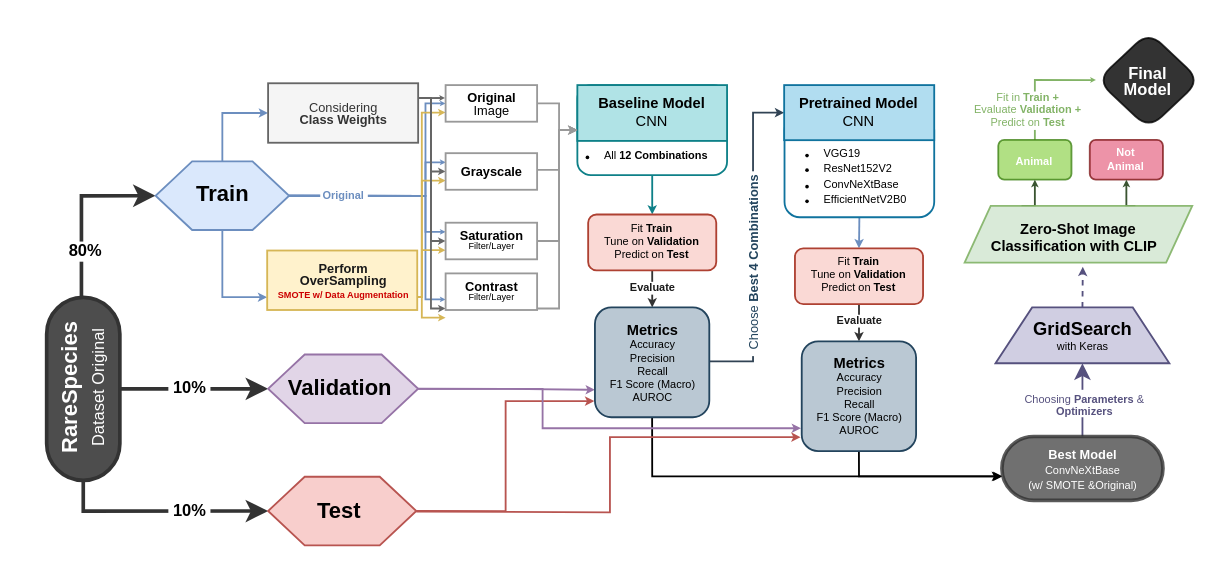
The draw.io diagram ReportSchemas/DL_ModelingFlowchart_final.drawio.xml in Silvestre17/DL_RareSpecies_ImageClassification_MasterProject, before the edit. Source tidied: cells renumbered, new cells numbered last; positions are measured from the earlier drawing's top-left corner, leaving out a move shared by most shapes. Both pictures are drawn from the tidied source at 183%, with x=0, y=0 at pixel (-9, 31).
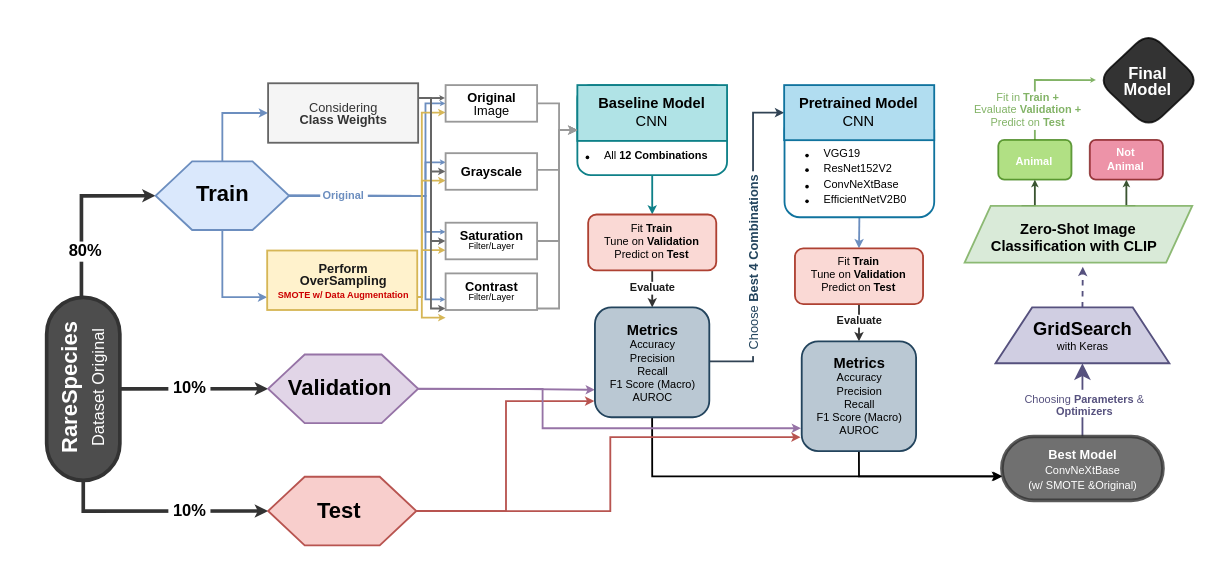
Above is the later version.

Commit message (it also covers changes not shown here):
Esquema Final relatório

Unchanged cells that the change refers to:
```xml
<mxCell id="13" value="&lt;font style=&quot;color: rgb(255, 255, 255);&quot;&gt;&lt;b style=&quot;&quot;&gt;RareSpecies&lt;/b&gt;&lt;br&gt;&lt;font style=&quot;font-size: 9px;&quot;&gt;Dataset Original&lt;/font&gt;&lt;/font&gt;" style="html=1;dashed=0;whitespace=wrap;shape=mxgraph.dfd.start;fillColor=#4D4D4D;strokeColor=#333333;fontColor=#FFFFFF;strokeWidth=2;rotation=-90;" parent="1" vertex="1">
  <mxGeometry y="175" width="100" height="40" as="geometry" />
</mxCell>
<mxCell id="20" value="&lt;p style=&quot;line-height: 70%;&quot;&gt;&lt;b style=&quot;line-height: 80%;&quot;&gt;Train&lt;/b&gt;&lt;br&gt;&lt;/p&gt;" style="shape=hexagon;perimeter=hexagonPerimeter2;whiteSpace=wrap;html=1;fixedSize=1;fillColor=#dae8fc;strokeColor=#6c8ebf;rounded=1;glass=0;strokeWidth=1;shadow=0;arcSize=0;fontFamily=Calibri;" parent="1" vertex="1">
  <mxGeometry x="89.5" y="70.7" width="73" height="37.5" as="geometry" />
</mxCell>
<mxCell id="22" value="&lt;p style=&quot;line-height: 70%;&quot;&gt;&lt;font style=&quot;line-height: 80%;&quot;&gt;&lt;b&gt;Validation&lt;/b&gt;&lt;/font&gt;&lt;font style=&quot;font-size: 10px; line-height: 80%;&quot;&gt;&lt;b&gt;&amp;nbsp;&lt;/b&gt;&lt;/font&gt;&lt;/p&gt;" style="shape=hexagon;perimeter=hexagonPerimeter2;whiteSpace=wrap;html=1;fixedSize=1;fillColor=#e1d5e7;strokeColor=#9673a6;rounded=1;glass=0;strokeWidth=1;shadow=0;arcSize=0;fontFamily=Calibri;" parent="1" vertex="1">
  <mxGeometry x="151" y="176.2" width="82" height="37.5" as="geometry" />
</mxCell>
<mxCell id="34" value="&lt;b&gt;&lt;font style=&quot;font-size: 8px;&quot;&gt;Metrics&lt;/font&gt;&lt;/b&gt;&lt;br&gt;Accuracy&lt;br&gt;Precision&lt;br&gt;Recall&lt;br&gt;F1 Score (Macro)&lt;br&gt;AUROC" style="whiteSpace=wrap;html=1;fontSize=6;fillColor=#bac8d3;strokeColor=#23445d;strokeWidth=1;rounded=1;" parent="1" vertex="1">
  <mxGeometry x="329.6" y="150.5" width="62.5" height="60" as="geometry" />
</mxCell>
<mxCell id="39" value="&lt;p style=&quot;line-height: 70%;&quot;&gt;&lt;font style=&quot;line-height: 80%;&quot;&gt;&lt;b&gt;Test&lt;/b&gt;&lt;/font&gt;&lt;font style=&quot;font-size: 10px; line-height: 80%;&quot;&gt;&lt;b&gt;&amp;nbsp;&lt;/b&gt;&lt;/font&gt;&lt;/p&gt;" style="shape=hexagon;perimeter=hexagonPerimeter2;whiteSpace=wrap;html=1;fixedSize=1;fillColor=#f8cecc;strokeColor=#b85450;rounded=1;glass=0;strokeWidth=1;shadow=0;arcSize=0;fontFamily=Calibri;" parent="1" vertex="1">
  <mxGeometry x="151" y="243" width="81" height="37.5" as="geometry" />
</mxCell>
<mxCell id="58" value="&lt;b&gt;&lt;font style=&quot;font-size: 8px;&quot;&gt;Metrics&lt;/font&gt;&lt;/b&gt;&lt;br&gt;Accuracy&lt;br&gt;Precision&lt;br&gt;Recall&lt;br&gt;F1 Score (Macro)&lt;br&gt;AUROC" style="whiteSpace=wrap;html=1;fontSize=6;fillColor=#bac8d3;strokeColor=#23445d;strokeWidth=1;rounded=1;" parent="1" vertex="1">
  <mxGeometry x="442.6" y="169" width="62.5" height="60" as="geometry" />
</mxCell>
```

The edit, as a diff of the source:
```diff
@@
-    <mxCell id="7" style="edgeStyle=orthogonalEdgeStyle;html=1;strokeColor=#333333;entryX=0;entryY=0.5;entryDx=0;entryDy=0;rounded=0;exitX=0.5;exitY=0.5;exitDx=0;exitDy=-20;exitPerimeter=0;dashed=0;strokeWidth=2;align=center;verticalAlign=middle;fontFamily=Helvetica;fontSize=12;fontColor=#FFFFFF;fillColor=#4D4D4D;" parent="1" edge="1" source="13" target="20">
+    <mxCell id="7" style="edgeStyle=orthogonalEdgeStyle;html=1;strokeColor=#333333;entryX=0;entryY=0.5;entryDx=0;entryDy=0;rounded=0;exitX=0.5;exitY=0.5;exitDx=0;exitDy=-20;exitPerimeter=0;dashed=0;strokeWidth=2;align=center;verticalAlign=middle;fontFamily=Helvetica;fontSize=12;fontColor=#FFFFFF;fillColor=#4D4D4D;endSize=1;startSize=2;" parent="1" edge="1" source="13" target="20">
       <mxGeometry relative="1" as="geometry">
         <Array as="points">
           <mxPoint x="49" y="195" />
           <mxPoint x="49" y="89" />
           <mxPoint x="90" y="89" />
         </Array>
       </mxGeometry>
     </mxCell>
@@
-    <mxCell id="9" style="edgeStyle=orthogonalEdgeStyle;rounded=0;html=1;exitX=0.5;exitY=0.5;exitDx=0;exitDy=20;exitPerimeter=0;entryX=0;entryY=0.5;entryDx=0;entryDy=0;strokeColor=#333333;dashed=0;strokeWidth=2;align=center;verticalAlign=middle;fontFamily=Helvetica;fontSize=12;fontColor=#FFFFFF;labelBackgroundColor=default;endArrow=classic;curved=0;fillColor=#4D4D4D;" parent="1" edge="1" source="13" target="22">
+    <mxCell id="9" style="edgeStyle=orthogonalEdgeStyle;rounded=0;html=1;exitX=0.5;exitY=0.5;exitDx=0;exitDy=20;exitPerimeter=0;entryX=0;entryY=0.5;entryDx=0;entryDy=0;strokeColor=#333333;dashed=0;strokeWidth=2;align=center;verticalAlign=middle;fontFamily=Helvetica;fontSize=12;fontColor=#FFFFFF;labelBackgroundColor=default;endArrow=classic;curved=0;fillColor=#4D4D4D;endSize=1;startSize=2;" parent="1" edge="1" source="13" target="22">
       <mxGeometry relative="1" as="geometry" />
     </mxCell>
@@
-    <mxCell id="11" style="edgeStyle=orthogonalEdgeStyle;html=1;exitX=0;exitY=0.5;exitDx=0;exitDy=0;exitPerimeter=0;entryX=0;entryY=0.5;entryDx=0;entryDy=0;rounded=0;curved=0;dashed=0;strokeColor=#333333;strokeWidth=2;align=center;verticalAlign=middle;fontFamily=Helvetica;fontSize=12;fontColor=#FFFFFF;fillColor=#4D4D4D;" parent="1" edge="1" source="13" target="39">
+    <mxCell id="11" style="edgeStyle=orthogonalEdgeStyle;html=1;exitX=0;exitY=0.5;exitDx=0;exitDy=0;exitPerimeter=0;entryX=0;entryY=0.5;entryDx=0;entryDy=0;rounded=0;curved=0;dashed=0;strokeColor=#333333;strokeWidth=2;align=center;verticalAlign=middle;fontFamily=Helvetica;fontSize=12;fontColor=#FFFFFF;fillColor=#4D4D4D;endSize=1;startSize=2;" parent="1" edge="1" source="13" target="39">
       <mxGeometry relative="1" as="geometry" />
     </mxCell>
@@
     <mxCell id="53" style="edgeStyle=orthogonalEdgeStyle;rounded=0;jettySize=auto;html=1;exitX=1;exitY=0.5;exitDx=0;exitDy=0;entryX=-0.006;entryY=0.853;entryDx=0;entryDy=0;entryPerimeter=0;fillColor=#f8cecc;strokeColor=#b85450;endSize=2;" parent="1" edge="1" source="39" target="34">
-      <mxGeometry relative="1" as="geometry" />
+      <mxGeometry relative="1" as="geometry">
+        <Array as="points">
+          <mxPoint x="281" y="262" />
+          <mxPoint x="281" y="202" />
+        </Array>
+      </mxGeometry>
     </mxCell>
@@
-    <mxCell id="60" style="edgeStyle=orthogonalEdgeStyle;rounded=0;jettySize=auto;html=1;entryX=-0.01;entryY=0.873;entryDx=0;entryDy=0;entryPerimeter=0;endSize=2;fillColor=#f8cecc;strokeColor=#b85450;" parent="1" edge="1" target="58">
+    <mxCell id="60" style="edgeStyle=orthogonalEdgeStyle;rounded=0;jettySize=auto;html=1;entryX=-0.01;entryY=0.873;entryDx=0;entryDy=0;entryPerimeter=0;endSize=2;fillColor=#f8cecc;strokeColor=#b85450;jumpSize=6;exitX=1;exitY=0.5;exitDx=0;exitDy=0;" parent="1" edge="1" source="39" target="58">
       <mxGeometry relative="1" as="geometry">
-        <mxPoint x="232" y="262" as="sourcePoint" />
+        <Array as="points">
+          <mxPoint x="338" y="262" />
+          <mxPoint x="338" y="221" />
+        </Array>
       </mxGeometry>
     </mxCell>
```
